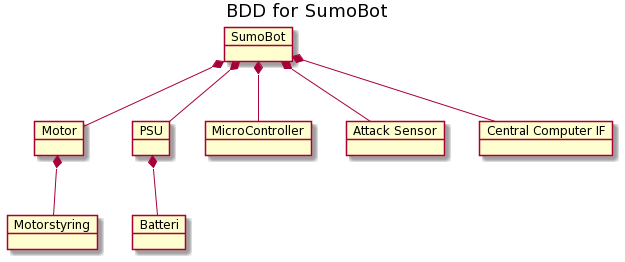
This is Diagrammer/SumoBot/SumoBot_Bdd/SumoBot_Bdd.png from Solvgraa-mager/E3PRJ3, a PlantUML export, as it was before one commit. Its diagram source:
```plantuml
@startuml
skinparam BackgroundColor transparent

title BDD for SumoBot

object "SumoBot" as SumoBot
object "Motor" as Motor
object "Motorstyring" as Motorstyring
object "PSU" as PSU
object "Batteri" as Batteri
object "MicroController" as muc_SumoBot
object "Attack Sensor" as AttackSensor
object "Central Computer IF" as central_computer_IF

SumoBot *-- Motor
  Motor *-- Motorstyring
SumoBot *-- PSU
  PSU *-- Batteri
SumoBot *-- muc_SumoBot
SumoBot *-- AttackSensor
SumoBot *-- central_computer_IF
@enduml
```
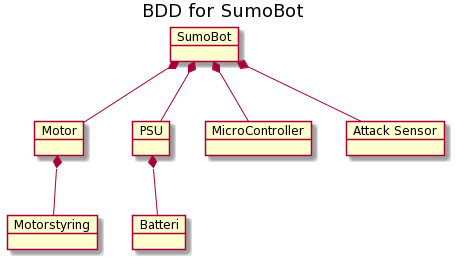
After the commit.

Commit message:
redesign of sumobot

Diff of the diagram source:
```diff
@@ -10,7 +10,6 @@
 object "Batteri" as Batteri
 object "MicroController" as muc_SumoBot
 object "Attack Sensor" as AttackSensor
-object "Central Computer IF" as central_computer_IF
 
 SumoBot *-- Motor
   Motor *-- Motorstyring
@@ -18,5 +17,4 @@
   PSU *-- Batteri
 SumoBot *-- muc_SumoBot
 SumoBot *-- AttackSensor
-SumoBot *-- central_computer_IF
 @enduml
```
